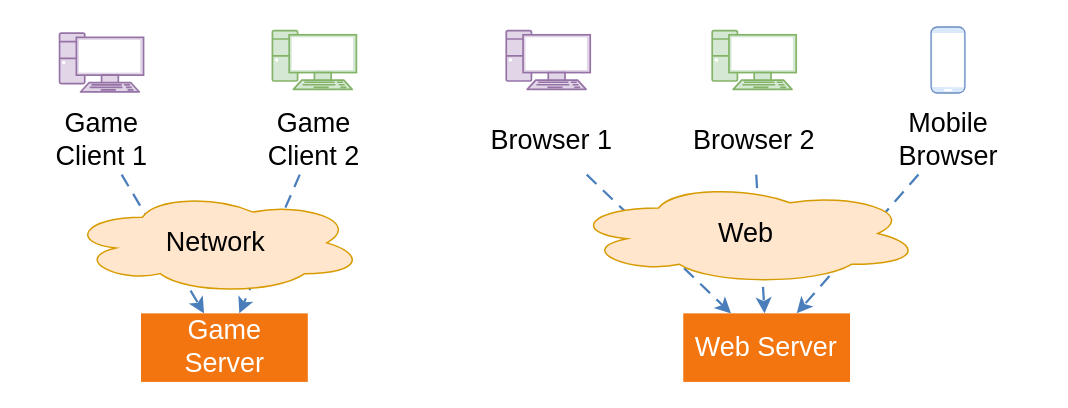
Before: diagrams/architecture/architecturalStyles/clientServer/what/clientServerExamples.drawio in se-edu/se-book, a draw.io diagram. Source tidied: cells renumbered, new cells numbered last; positions are measured from the earlier drawing's top-left corner, leaving out a move shared by most shapes. Both pictures are drawn from the tidied source at 150%, with x=0, y=0 at pixel (26, 26).
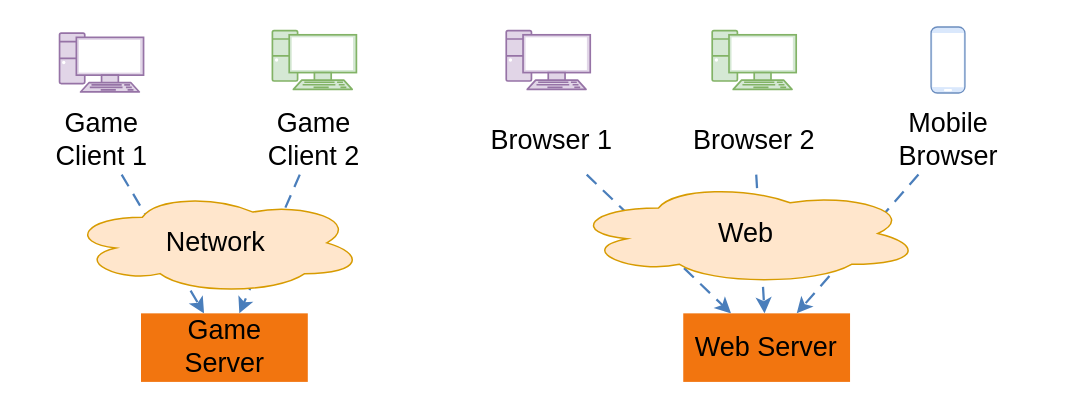
Above is the later version.

What changed in the source:
```diff
@@
-    <mxCell id="9" value="Game&#10;Server" style="rounded=0;whiteSpace=wrap;html=0;fillColor=#F2750F;strokeColor=none;fontColor=#FFFFFF;fontSize=18;fontFamily=Helvetica;" parent="1" vertex="1">
+    <mxCell id="9" value="Game&#10;Server" style="rounded=0;whiteSpace=wrap;html=0;fillColor=#F2750F;strokeColor=none;fontColor=#000000;fontSize=18;fontFamily=Helvetica;" parent="1" vertex="1">
       <mxGeometry x="76.5" y="191.4" width="111.2" height="45.7" as="geometry" />
     </mxCell>
@@
-    <mxCell id="13" value="Web Server" style="rounded=0;whiteSpace=wrap;html=0;fillColor=#F2750F;strokeColor=none;fontColor=#FFFFFF;fontSize=18;fontFamily=Helvetica;" parent="1" vertex="1">
+    <mxCell id="13" value="Web Server" style="rounded=0;whiteSpace=wrap;html=0;fillColor=#F2750F;strokeColor=none;fontColor=#000000;fontSize=18;fontFamily=Helvetica;" parent="1" vertex="1">
       <mxGeometry x="438" y="191.4" width="111.2" height="45.7" as="geometry" />
     </mxCell>
```
